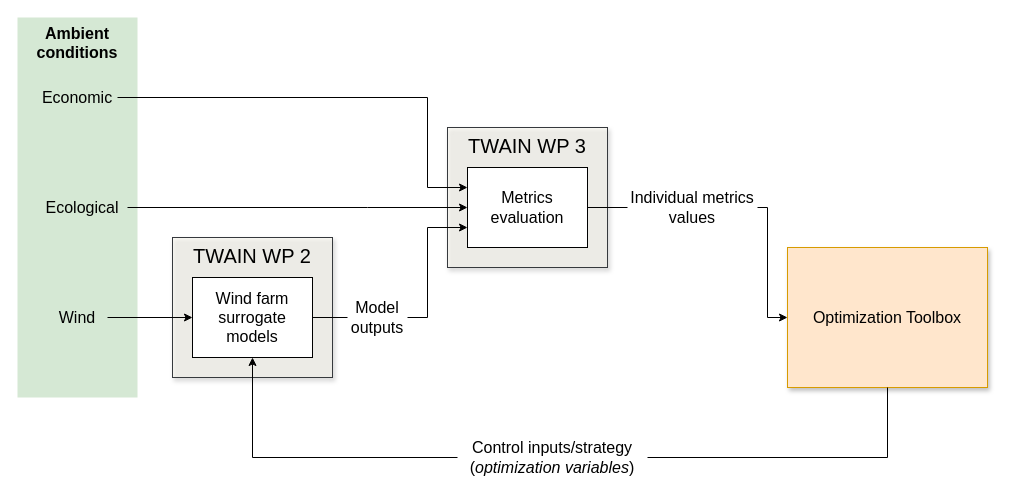
Earlier version of the draw.io diagram page "Models-and-Metrics" (2 of 3) of docs/presentations/overview_2.drawio (bwolleswinkel/TWAIN-4.1-MOCT). Source tidied: cells renumbered, new cells numbered last; positions are measured from the earlier drawing's top-left corner, leaving out a move shared by most shapes. Both pictures are drawn from the tidied source at 100%, with x=0, y=0 at pixel (17, 17).
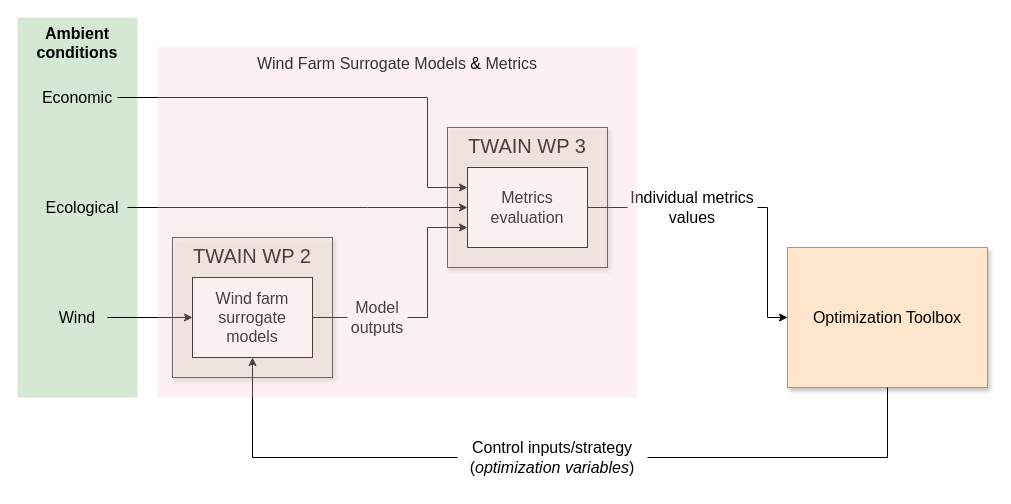
Above is the later version.

Diff of the diagram source:
```diff
@@
+    <mxCell id="22" parent="0" />
+    <mxCell id="23" value="&lt;font style=&quot;color: rgb(51, 51, 51); font-size: 16px;&quot;&gt;Wind Farm Surrogate Models&amp;nbsp;&lt;/font&gt;&lt;span style=&quot;color: light-dark(rgb(0, 0, 0), rgb(255, 255, 255)); font-size: 16px;&quot;&gt;&amp;amp;&amp;nbsp;&lt;/span&gt;&lt;span style=&quot;font-size: 16px; color: light-dark(rgb(51, 51, 51), rgb(51, 51, 51));&quot;&gt;Metrics&lt;/span&gt;" style="rounded=0;whiteSpace=wrap;html=1;fillColor=#f8cecc;strokeColor=none;fillOpacity=30;verticalAlign=top;" parent="22" vertex="1">
+      <mxGeometry x="140" y="30" width="480" height="350" as="geometry" />
+    </mxCell>
```
